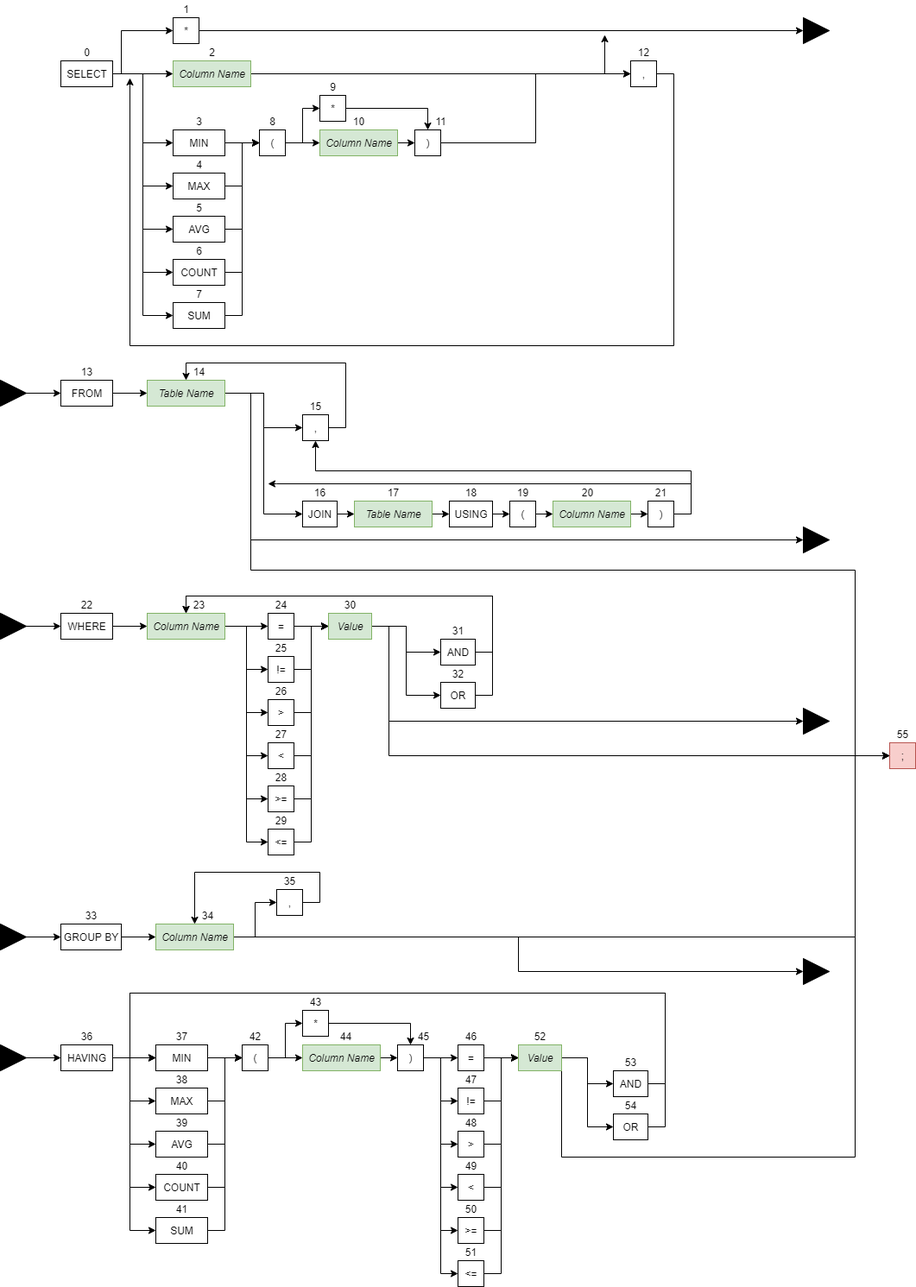
Before: src/datastructure/rulegraph/diagrams/images/SelectDiagram.png, a diagram exported from draw.io (DeliciousWaffle/MastersProject). Source tidied: cells renumbered, new cells last; positions are measured from the earlier drawing's top-left corner, leaving out a move shared by most shapes.
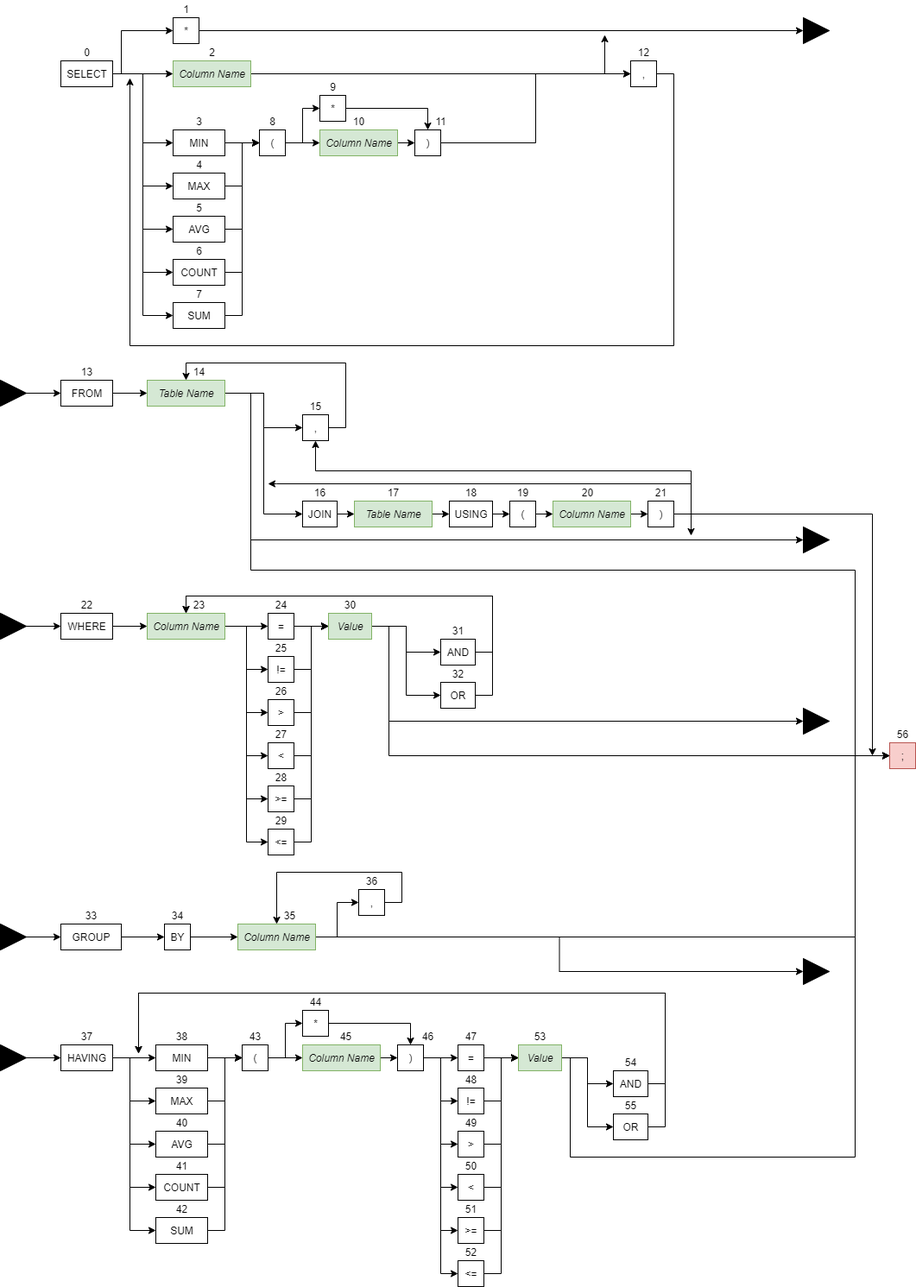
After the commit.

Commit message:
Updates to select rule graph creation

Diff of the diagram source:
```diff
@@ -48,10 +48,10 @@
     <mxCell id="13" value="WHERE" style="html=1;" parent="1" vertex="1">
       <mxGeometry x="70" y="710" width="60" height="30" as="geometry" />
     </mxCell>
-    <mxCell id="14" style="edgeStyle=orthogonalEdgeStyle;rounded=0;jettySize=auto;html=1;exitX=1;exitY=0.5;exitDx=0;exitDy=0;entryX=0;entryY=0.5;entryDx=0;entryDy=0;" parent="1" edge="1" source="15" target="70">
+    <mxCell id="14" style="edgeStyle=orthogonalEdgeStyle;rounded=0;jettySize=auto;html=1;exitX=1;exitY=0.5;exitDx=0;exitDy=0;entryX=0;entryY=0.5;entryDx=0;entryDy=0;" parent="1" edge="1" source="15" target="218">
       <mxGeometry relative="1" as="geometry" />
     </mxCell>
-    <mxCell id="15" value="GROUP BY" style="html=1;" parent="1" vertex="1">
+    <mxCell id="15" value="GROUP" style="html=1;" parent="1" vertex="1">
       <mxGeometry x="70" y="1070" width="70" height="30" as="geometry" />
     </mxCell>
     <mxCell id="16" style="edgeStyle=orthogonalEdgeStyle;rounded=0;jettySize=auto;html=1;exitX=1;exitY=0.5;exitDx=0;exitDy=0;entryX=0;entryY=0.5;entryDx=0;entryDy=0;" parent="1" edge="1" source="21" target="74">
@@ -246,6 +246,20 @@
         </Array>
       </mxGeometry>
     </mxCell>
+    <mxCell id="215" style="edgeStyle=orthogonalEdgeStyle;rounded=0;jettySize=auto;html=1;exitX=1;exitY=0.5;exitDx=0;exitDy=0;" parent="1" edge="1" source="64">
+      <mxGeometry relative="1" as="geometry">
+        <mxPoint x="1010" y="875" as="targetPoint" />
+        <Array as="points">
+          <mxPoint x="1010" y="595" />
+          <mxPoint x="1010" y="875" />
+        </Array>
+      </mxGeometry>
+    </mxCell>
+    <mxCell id="216" style="edgeStyle=orthogonalEdgeStyle;rounded=0;jettySize=auto;html=1;exitX=1;exitY=0.5;exitDx=0;exitDy=0;" parent="1" edge="1" source="64">
+      <mxGeometry relative="1" as="geometry">
+        <mxPoint x="800" y="620" as="targetPoint" />
+      </mxGeometry>
+    </mxCell>
     <mxCell id="64" value=")" style="html=1;" parent="1" vertex="1">
       <mxGeometry x="750" y="580" width="30" height="30" as="geometry" />
     </mxCell>
@@ -270,19 +284,19 @@
       <mxGeometry relative="1" as="geometry" />
     </mxCell>
     <mxCell id="70" value="&lt;i&gt;Column Name&lt;/i&gt;" style="html=1;fillColor=#d5e8d4;strokeColor=#82b366;" parent="1" vertex="1">
-      <mxGeometry x="180" y="1070" width="90" height="30" as="geometry" />
+      <mxGeometry x="275" y="1070" width="90" height="30" as="geometry" />
     </mxCell>
     <mxCell id="71" style="edgeStyle=orthogonalEdgeStyle;rounded=0;jettySize=auto;html=1;exitX=1;exitY=0.5;exitDx=0;exitDy=0;entryX=0.5;entryY=0;entryDx=0;entryDy=0;" parent="1" edge="1" source="72" target="70">
       <mxGeometry relative="1" as="geometry">
         <Array as="points">
-          <mxPoint x="370" y="1045" />
-          <mxPoint x="370" y="1010" />
-          <mxPoint x="225" y="1010" />
+          <mxPoint x="465" y="1045" />
+          <mxPoint x="465" y="1010" />
+          <mxPoint x="320" y="1010" />
         </Array>
       </mxGeometry>
     </mxCell>
     <mxCell id="72" value="," style="html=1;" parent="1" vertex="1">
-      <mxGeometry x="320" y="1030" width="30" height="30" as="geometry" />
+      <mxGeometry x="415" y="1030" width="30" height="30" as="geometry" />
     </mxCell>
     <mxCell id="73" style="edgeStyle=orthogonalEdgeStyle;rounded=0;jettySize=auto;html=1;exitX=1;exitY=0.5;exitDx=0;exitDy=0;entryX=0;entryY=0.5;entryDx=0;entryDy=0;" parent="1" edge="1" source="74" target="85">
       <mxGeometry relative="1" as="geometry" />
@@ -477,7 +491,8 @@
     <mxCell id="129" style="edgeStyle=orthogonalEdgeStyle;rounded=0;jettySize=auto;html=1;exitX=1;exitY=0.5;exitDx=0;exitDy=0;entryX=0;entryY=0.5;entryDx=0;entryDy=0;" parent="1" edge="1" source="130" target="55">
       <mxGeometry relative="1" as="geometry">
         <Array as="points">
-          <mxPoint x="650" y="1340" />
+          <mxPoint x="660" y="1225" />
+          <mxPoint x="660" y="1340" />
           <mxPoint x="990" y="1340" />
           <mxPoint x="990" y="875" />
         </Array>
@@ -486,26 +501,28 @@
     <mxCell id="130" value="&lt;i&gt;Value&lt;/i&gt;" style="html=1;fillColor=#d5e8d4;strokeColor=#82b366;" parent="1" vertex="1">
       <mxGeometry x="600" y="1210" width="50" height="30" as="geometry" />
     </mxCell>
-    <mxCell id="131" style="edgeStyle=orthogonalEdgeStyle;rounded=0;jettySize=auto;html=1;exitX=1;exitY=0.5;exitDx=0;exitDy=0;entryX=0;entryY=0.5;entryDx=0;entryDy=0;" parent="1" edge="1" source="132" target="74">
+    <mxCell id="131" style="edgeStyle=orthogonalEdgeStyle;rounded=0;jettySize=auto;html=1;exitX=1;exitY=0.5;exitDx=0;exitDy=0;" parent="1" edge="1" source="132">
       <mxGeometry relative="1" as="geometry">
+        <mxPoint x="160" y="1220" as="targetPoint" />
         <Array as="points">
           <mxPoint x="770" y="1255" />
           <mxPoint x="770" y="1150" />
-          <mxPoint x="150" y="1150" />
-          <mxPoint x="150" y="1225" />
+          <mxPoint x="160" y="1150" />
+          <mxPoint x="160" y="1160" />
         </Array>
       </mxGeometry>
     </mxCell>
     <mxCell id="132" value="AND" style="html=1;" parent="1" vertex="1">
       <mxGeometry x="710" y="1240" width="40" height="30" as="geometry" />
     </mxCell>
-    <mxCell id="133" style="edgeStyle=orthogonalEdgeStyle;rounded=0;jettySize=auto;html=1;exitX=1;exitY=0.5;exitDx=0;exitDy=0;entryX=0;entryY=0.5;entryDx=0;entryDy=0;" parent="1" edge="1" source="134" target="74">
+    <mxCell id="133" style="edgeStyle=orthogonalEdgeStyle;rounded=0;jettySize=auto;html=1;exitX=1;exitY=0.5;exitDx=0;exitDy=0;" parent="1" edge="1" source="134">
       <mxGeometry relative="1" as="geometry">
+        <mxPoint x="160" y="1220" as="targetPoint" />
         <Array as="points">
           <mxPoint x="770" y="1305" />
           <mxPoint x="770" y="1150" />
-          <mxPoint x="150" y="1150" />
-          <mxPoint x="150" y="1225" />
+          <mxPoint x="160" y="1150" />
+          <mxPoint x="160" y="1190" />
         </Array>
       </mxGeometry>
     </mxCell>
@@ -671,14 +688,14 @@
     <mxCell id="187" value="32" style="text;html=1;align=center;verticalAlign=middle;" parent="1" vertex="1">
       <mxGeometry x="515" y="770" width="30" height="20" as="geometry" />
     </mxCell>
-    <mxCell id="188" value="34" style="text;html=1;align=center;verticalAlign=middle;" parent="1" vertex="1">
-      <mxGeometry x="225" y="1050" width="30" height="20" as="geometry" />
+    <mxCell id="188" value="35" style="text;html=1;align=center;verticalAlign=middle;" parent="1" vertex="1">
+      <mxGeometry x="320" y="1050" width="30" height="20" as="geometry" />
     </mxCell>
-    <mxCell id="189" value="35" style="text;html=1;align=center;verticalAlign=middle;" parent="1" vertex="1">
-      <mxGeometry x="320" y="1010" width="30" height="20" as="geometry" />
+    <mxCell id="189" value="36" style="text;html=1;align=center;verticalAlign=middle;" parent="1" vertex="1">
+      <mxGeometry x="415" y="1010" width="30" height="20" as="geometry" />
     </mxCell>
     <mxCell id="190" value="55" style="text;html=1;align=center;verticalAlign=middle;" parent="1" vertex="1">
-      <mxGeometry x="1030" y="840" width="30" height="20" as="geometry" />
+      <mxGeometry x="715" y="1270" width="30" height="20" as="geometry" />
     </mxCell>
     <mxCell id="191" value="26" style="text;html=1;align=center;verticalAlign=middle;" parent="1" vertex="1">
       <mxGeometry x="310" y="790" width="30" height="20" as="geometry" />
@@ -695,62 +712,71 @@
     <mxCell id="195" value="24" style="text;html=1;align=center;verticalAlign=middle;" parent="1" vertex="1">
       <mxGeometry x="310" y="690" width="30" height="20" as="geometry" />
     </mxCell>
-    <mxCell id="196" value="36" style="text;html=1;align=center;verticalAlign=middle;" parent="1" vertex="1">
+    <mxCell id="196" value="37" style="text;html=1;align=center;verticalAlign=middle;" parent="1" vertex="1">
       <mxGeometry x="85" y="1190" width="30" height="20" as="geometry" />
     </mxCell>
     <mxCell id="197" value="41" style="text;html=1;align=center;verticalAlign=middle;" parent="1" vertex="1">
-      <mxGeometry x="195" y="1390" width="30" height="20" as="geometry" />
+      <mxGeometry x="195" y="1340" width="30" height="20" as="geometry" />
     </mxCell>
     <mxCell id="198" value="38" style="text;html=1;align=center;verticalAlign=middle;" parent="1" vertex="1">
-      <mxGeometry x="195" y="1240" width="30" height="20" as="geometry" />
+      <mxGeometry x="195" y="1190" width="30" height="20" as="geometry" />
     </mxCell>
     <mxCell id="199" value="43" style="text;html=1;align=center;verticalAlign=middle;" parent="1" vertex="1">
-      <mxGeometry x="350" y="1150" width="30" height="20" as="geometry" />
+      <mxGeometry x="280" y="1190" width="30" height="20" as="geometry" />
     </mxCell>
     <mxCell id="200" value="42" style="text;html=1;align=center;verticalAlign=middle;" parent="1" vertex="1">
-      <mxGeometry x="280" y="1190" width="30" height="20" as="geometry" />
+      <mxGeometry x="195" y="1390" width="30" height="20" as="geometry" />
     </mxCell>
     <mxCell id="201" value="40" style="text;html=1;align=center;verticalAlign=middle;" parent="1" vertex="1">
-      <mxGeometry x="195" y="1340" width="30" height="20" as="geometry" />
+      <mxGeometry x="195" y="1290" width="30" height="20" as="geometry" />
     </mxCell>
     <mxCell id="202" value="39" style="text;html=1;align=center;verticalAlign=middle;" parent="1" vertex="1">
-      <mxGeometry x="195" y="1290" width="30" height="20" as="geometry" />
+      <mxGeometry x="195" y="1240" width="30" height="20" as="geometry" />
     </mxCell>
-    <mxCell id="203" value="37" style="text;html=1;align=center;verticalAlign=middle;" parent="1" vertex="1">
-      <mxGeometry x="195" y="1190" width="30" height="20" as="geometry" />
-    </mxCell>
     <mxCell id="204" value="45" style="text;html=1;align=center;verticalAlign=middle;" parent="1" vertex="1">
-      <mxGeometry x="475" y="1190" width="30" height="20" as="geometry" />
+      <mxGeometry x="385" y="1190" width="30" height="20" as="geometry" />
     </mxCell>
     <mxCell id="205" value="44" style="text;html=1;align=center;verticalAlign=middle;" parent="1" vertex="1">
-      <mxGeometry x="385" y="1190" width="30" height="20" as="geometry" />
+      <mxGeometry x="350" y="1150" width="30" height="20" as="geometry" />
     </mxCell>
     <mxCell id="206" value="47" style="text;html=1;align=center;verticalAlign=middle;" parent="1" vertex="1">
-      <mxGeometry x="530" y="1240" width="30" height="20" as="geometry" />
+      <mxGeometry x="530" y="1190" width="30" height="20" as="geometry" />
     </mxCell>
     <mxCell id="207" value="46" style="text;html=1;align=center;verticalAlign=middle;" parent="1" vertex="1">
-      <mxGeometry x="530" y="1190" width="30" height="20" as="geometry" />
+      <mxGeometry x="480" y="1190" width="30" height="20" as="geometry" />
     </mxCell>
     <mxCell id="208" value="49" style="text;html=1;align=center;verticalAlign=middle;" parent="1" vertex="1">
-      <mxGeometry x="530" y="1340" width="30" height="20" as="geometry" />
+      <mxGeometry x="530" y="1290" width="30" height="20" as="geometry" />
     </mxCell>
     <mxCell id="209" value="48" style="text;html=1;align=center;verticalAlign=middle;" parent="1" vertex="1">
-      <mxGeometry x="530" y="1290" width="30" height="20" as="geometry" />
+      <mxGeometry x="530" y="1240" width="30" height="20" as="geometry" />
     </mxCell>
     <mxCell id="210" value="51" style="text;html=1;align=center;verticalAlign=middle;" parent="1" vertex="1">
-      <mxGeometry x="530" y="1440" width="30" height="20" as="geometry" />
+      <mxGeometry x="530" y="1390" width="30" height="20" as="geometry" />
     </mxCell>
     <mxCell id="211" value="50" style="text;html=1;align=center;verticalAlign=middle;" parent="1" vertex="1">
-      <mxGeometry x="530" y="1390" width="30" height="20" as="geometry" />
+      <mxGeometry x="530" y="1340" width="30" height="20" as="geometry" />
     </mxCell>
     <mxCell id="212" value="54" style="text;html=1;align=center;verticalAlign=middle;" parent="1" vertex="1">
-      <mxGeometry x="715" y="1270" width="30" height="20" as="geometry" />
+      <mxGeometry x="715" y="1220" width="30" height="20" as="geometry" />
     </mxCell>
     <mxCell id="213" value="53" style="text;html=1;align=center;verticalAlign=middle;" parent="1" vertex="1">
-      <mxGeometry x="715" y="1220" width="30" height="20" as="geometry" />
+      <mxGeometry x="610" y="1190" width="30" height="20" as="geometry" />
     </mxCell>
     <mxCell id="214" value="52" style="text;html=1;align=center;verticalAlign=middle;" parent="1" vertex="1">
-      <mxGeometry x="610" y="1190" width="30" height="20" as="geometry" />
+      <mxGeometry x="530" y="1440" width="30" height="20" as="geometry" />
     </mxCell>
+    <mxCell id="217" style="edgeStyle=orthogonalEdgeStyle;rounded=0;jettySize=auto;html=1;exitX=1;exitY=0.5;exitDx=0;exitDy=0;entryX=0;entryY=0.5;entryDx=0;entryDy=0;" parent="1" edge="1" source="218" target="70">
+      <mxGeometry relative="1" as="geometry" />
+    </mxCell>
+    <mxCell id="218" value="BY" style="html=1;" parent="1" vertex="1">
+      <mxGeometry x="190" y="1070" width="30" height="30" as="geometry" />
+    </mxCell>
+    <mxCell id="219" value="34" style="text;html=1;align=center;verticalAlign=middle;" parent="1" vertex="1">
+      <mxGeometry x="190" y="1050" width="30" height="20" as="geometry" />
+    </mxCell>
+    <mxCell id="220" value="56" style="text;html=1;align=center;verticalAlign=middle;" parent="1" vertex="1">
+      <mxGeometry x="1030" y="840" width="30" height="20" as="geometry" />
+    </mxCell>
   </root>
 </mxGraphModel>
```
